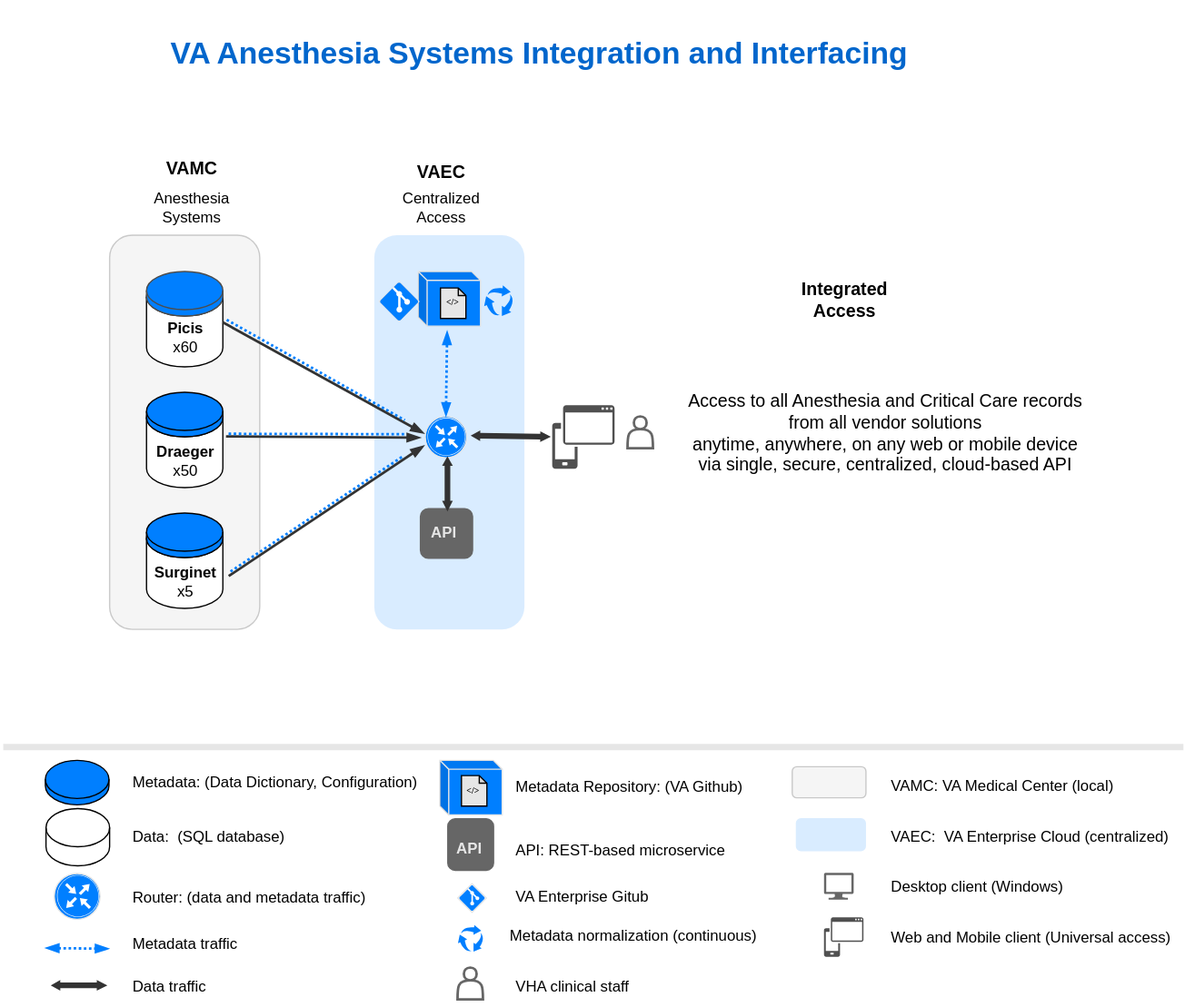
Above: img/integration5.svg in va-anesthesia/integration (draw.io), before the change. Source tidied: cells renumbered, new cells last; positions are measured from the earlier drawing's top-left corner, leaving out a move shared by most shapes.
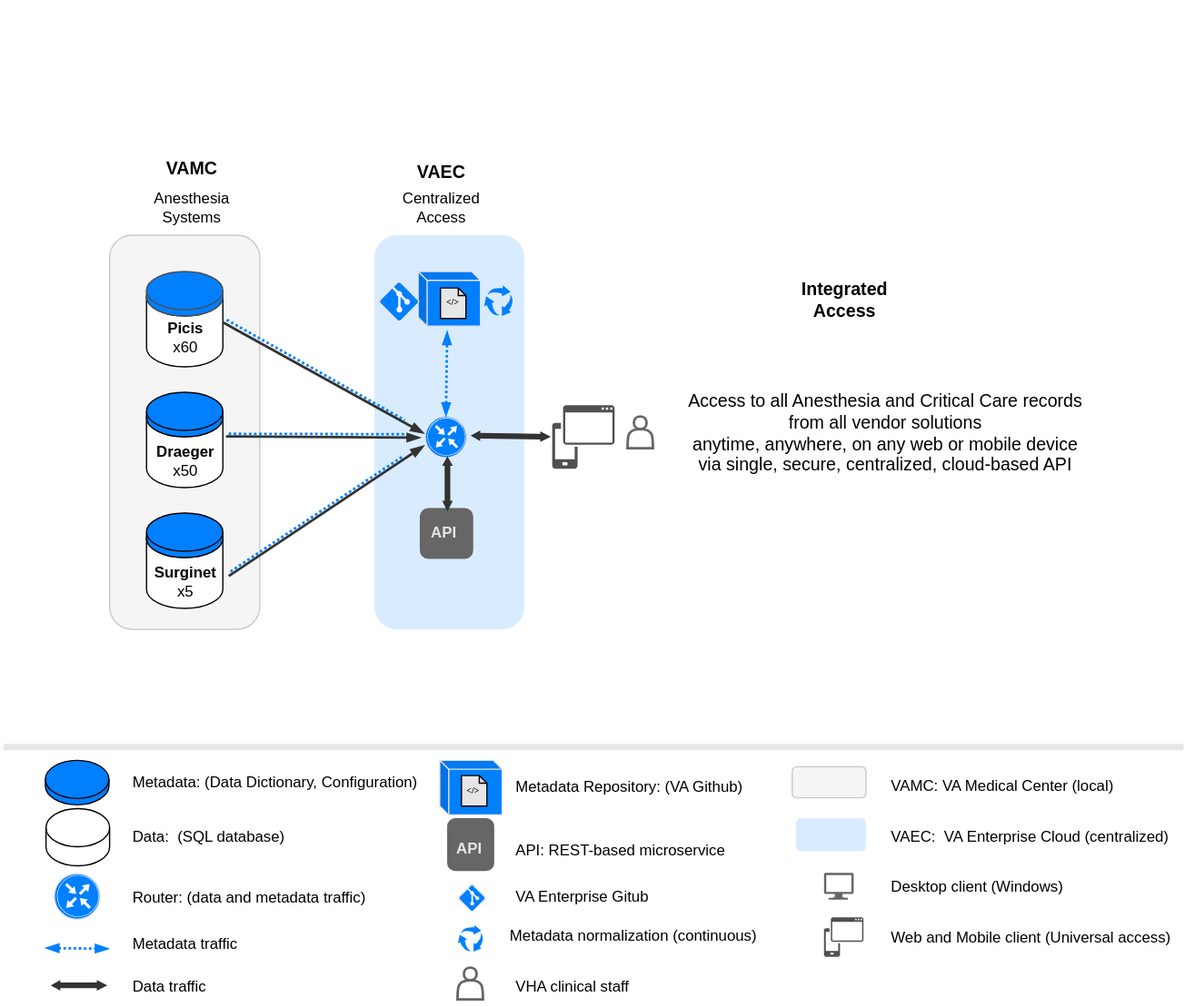
Above is the later version.

Change to the diagram source:
```diff
@@ -199,9 +199,6 @@
         <mxPoint x="927.5" y="587" as="targetPoint" />
       </mxGeometry>
     </mxCell>
-    <mxCell id="58" value="&lt;b style=&quot;font-size: 24px;&quot;&gt;&lt;font style=&quot;font-size: 24px;&quot;&gt;VA Anesthesia Systems Integration and Interfacing&lt;/font&gt;&lt;/b&gt;" style="text;html=1;align=center;verticalAlign=middle;strokeColor=none;fillColor=none;fontStyle=0;fontFamily=Helvetica;fontSize=24;fontColor=#0066CC;" parent="1" vertex="1">
-      <mxGeometry x="120.5" y="22" width="600" height="40" as="geometry" />
-    </mxCell>
     <mxCell id="59" style="rounded=0;whiteSpace=wrap;html=1;fontSize=16;strokeColor=none;" parent="1" vertex="1">
       <mxGeometry x="3.6" width="36.5" height="30" as="geometry" />
     </mxCell>
```
